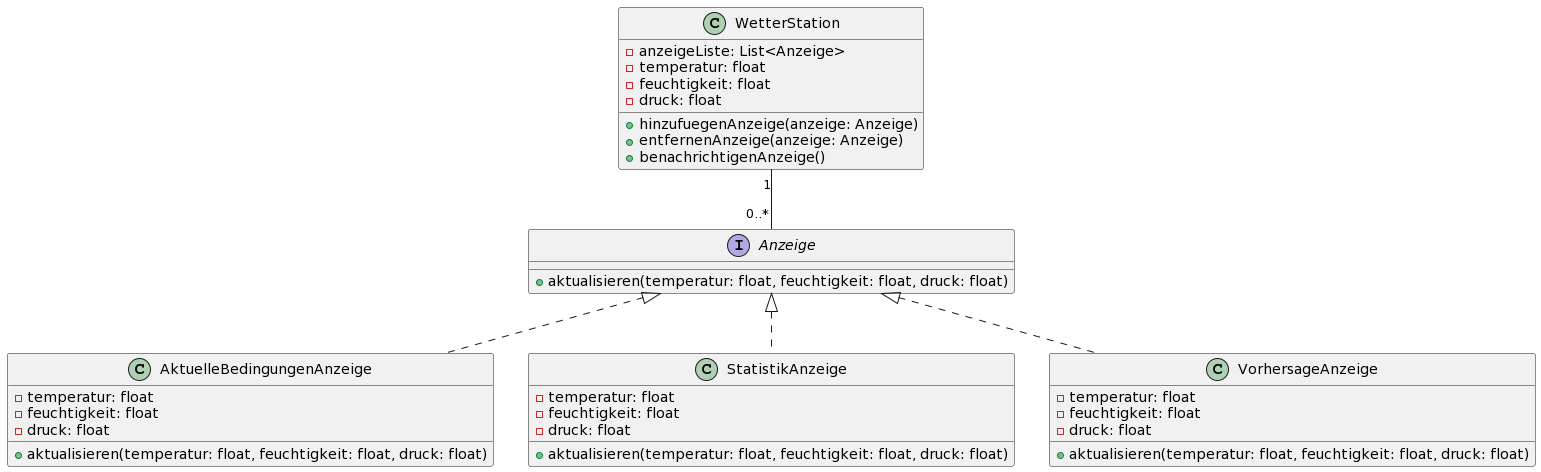
Earlier version of the PlantUML export dojo-dungeon/todo-assets/Fragen_Pattern/UML_Klassendiagramm1.png (Dungeon-CampusMinden/Dungeon). Source of this version:
```plantuml
@startuml
interface Anzeige {
  +aktualisieren(temperatur: float, feuchtigkeit: float, druck: float)
}

class WetterStation {
  -anzeigeListe: List<Anzeige>
  -temperatur: float
  -feuchtigkeit: float
  -druck: float
  +hinzufuegenAnzeige(anzeige: Anzeige)
  +entfernenAnzeige(anzeige: Anzeige)
  +benachrichtigenAnzeige()
}

class AktuelleBedingungenAnzeige {
  -temperatur: float
  -feuchtigkeit: float
  -druck: float
  +aktualisieren(temperatur: float, feuchtigkeit: float, druck: float)
}

class StatistikAnzeige {
  -temperatur: float
  -feuchtigkeit: float
  -druck: float
  +aktualisieren(temperatur: float, feuchtigkeit: float, druck: float)
}

class VorhersageAnzeige {
  -temperatur: float
  -feuchtigkeit: float
  -druck: float
  +aktualisieren(temperatur: float, feuchtigkeit: float, druck: float)
}

WetterStation "1" -- "0..*" Anzeige
Anzeige <|.. AktuelleBedingungenAnzeige
Anzeige <|.. StatistikAnzeige
Anzeige <|.. VorhersageAnzeige
@enduml
```
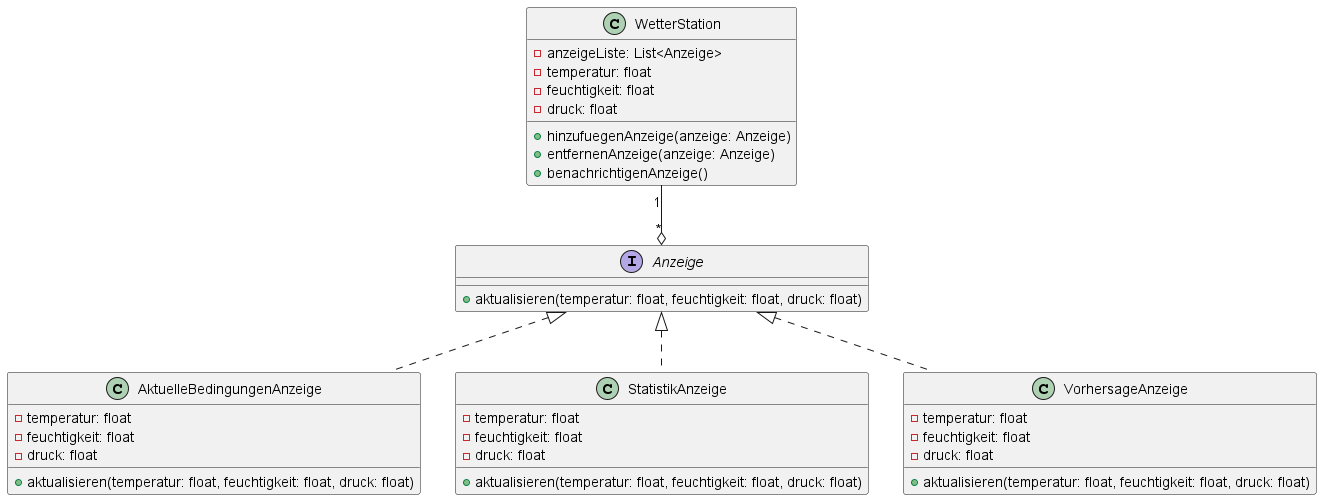
Later version of the same file.

What changed in the source:
```diff
@@ -1,4 +1,4 @@
-@startuml
+@startuml UML_Klassendiagramm1.png
 interface Anzeige {
   +aktualisieren(temperatur: float, feuchtigkeit: float, druck: float)
 }
@@ -34,7 +34,7 @@
   +aktualisieren(temperatur: float, feuchtigkeit: float, druck: float)
 }
 
-WetterStation "1" -- "0..*" Anzeige
+WetterStation "1" --o "*" Anzeige
 Anzeige <|.. AktuelleBedingungenAnzeige
 Anzeige <|.. StatistikAnzeige
 Anzeige <|.. VorhersageAnzeige
```
